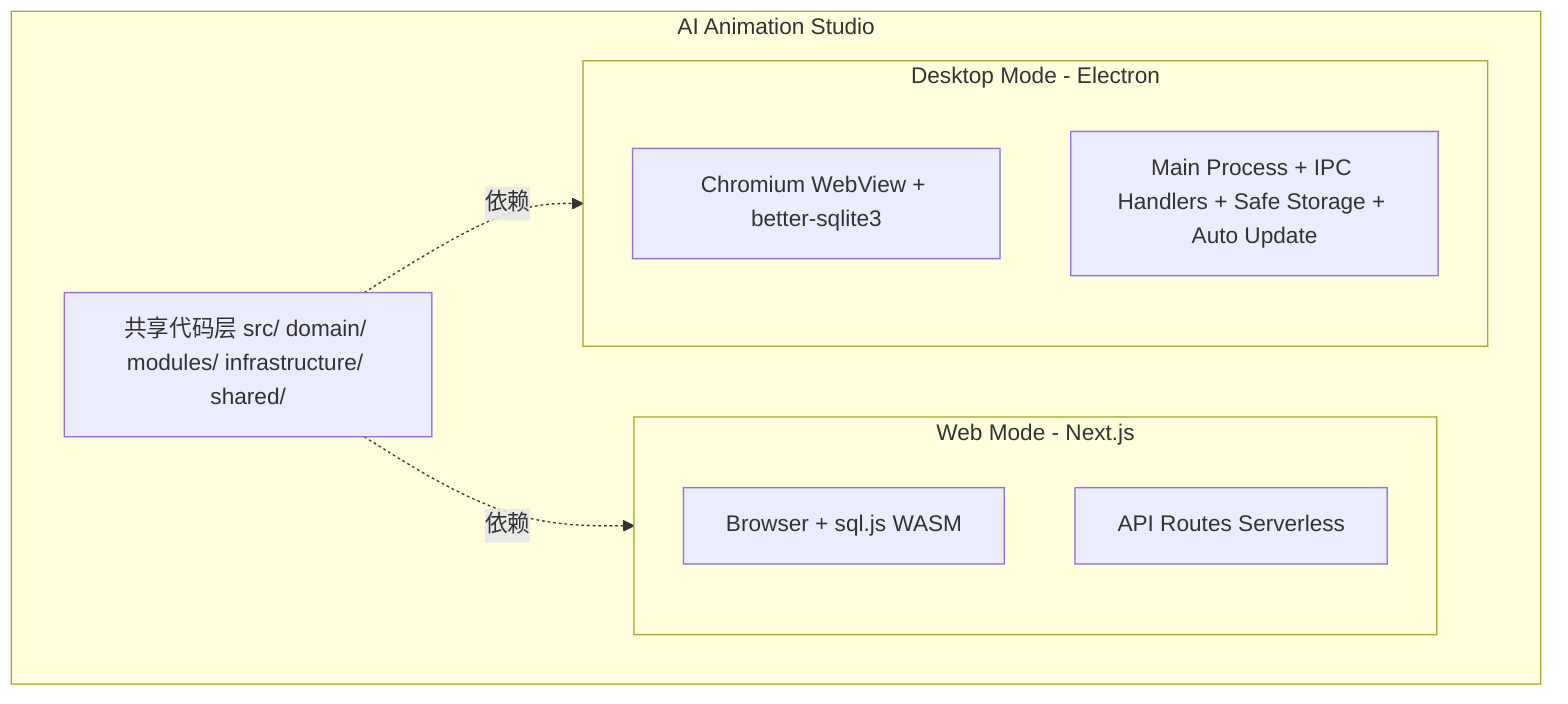
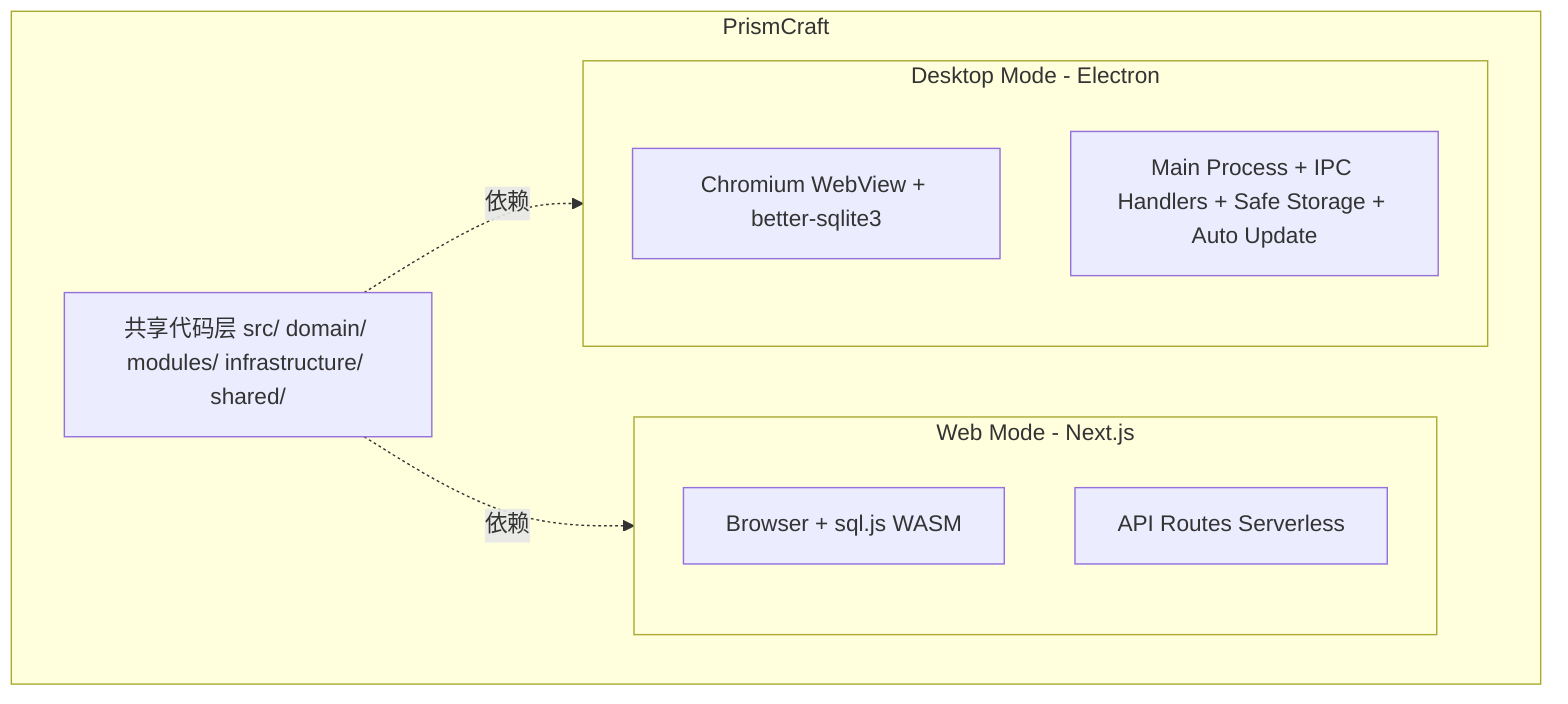
graph TB
-     subgraph STUDIO["AI Animation Studio"]
+     subgraph STUDIO["PrismCraft"]
        subgraph WEB["Web Mode - Next.js"]
            BROWSER["Browser + sql.js WASM"]
            API["API Routes Serverless"]
        end
        subgraph DESK["Desktop Mode - Electron"]
            CHROMIUM["Chromium WebView + better-sqlite3"]
            MAIN["Main Process + IPC Handlers + Safe Storage + Auto Update"]
        end
        SHARED["共享代码层 src/ domain/ modules/ infrastructure/ shared/"]
    end
    SHARED -.->|依赖| WEB
    SHARED -.->|依赖| DESK